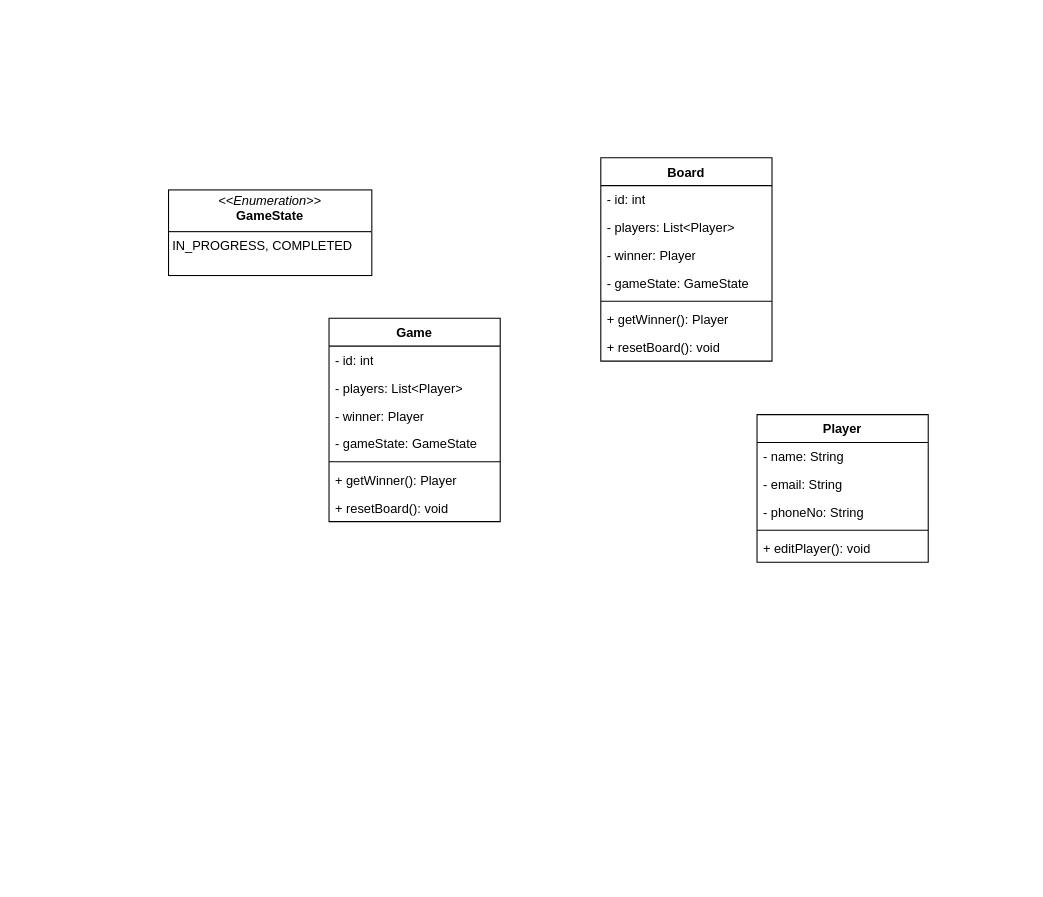
Above: lld/class_diagrams/tic_tac.drawio in nityabhaskar21/java_projects (draw.io), before the change. Source tidied: cells renumbered, new cells numbered last; positions are measured from the earlier drawing's top-left corner, leaving out a move shared by most shapes. Both pictures are drawn from the tidied source at 107%, with x=0, y=0 at pixel (168, 157).
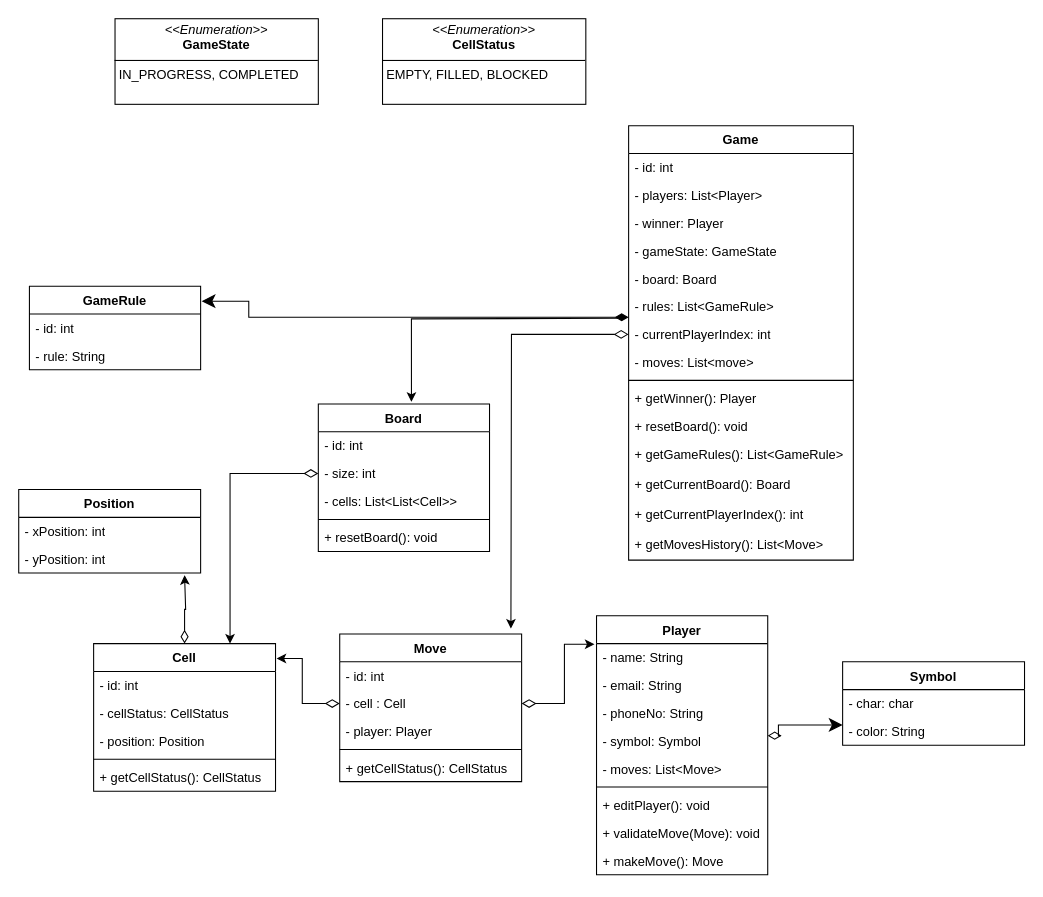
The same page after the edit.

The edit, as a diff of the source:
```diff
@@
+    <mxCell id="25" style="edgeStyle=orthogonalEdgeStyle;rounded=0;jettySize=auto;html=1;startArrow=diamondThin;startFill=0;targetPerimeterSpacing=0;sourcePerimeterSpacing=0;endSize=10;startSize=10;" parent="1" edge="1" source="2" target="62">
+      <mxGeometry relative="1" as="geometry">
+        <Array as="points">
+          <mxPoint x="570" y="540" />
+          <mxPoint x="570" y="530" />
+        </Array>
+      </mxGeometry>
+    </mxCell>
     <mxCell id="2" value="Player" style="swimlane;fontStyle=1;align=center;verticalAlign=top;horizontal=1;startSize=26;whiteSpace=wrap;html=1;" parent="1" vertex="1">
-      <mxGeometry x="550" y="240" width="160" height="138" as="geometry" />
+      <mxGeometry x="400" y="428" width="160" height="242" as="geometry" />
     </mxCell>
@@
+    <mxCell id="26" value="- symbol: Symbol" style="text;strokeColor=none;fillColor=none;align=left;verticalAlign=top;spacingLeft=4;spacingRight=4;overflow=hidden;whiteSpace=wrap;html=1;" parent="2" vertex="1">
+      <mxGeometry y="104" width="160" height="26" as="geometry" />
+    </mxCell>
+    <mxCell id="27" value="- moves: List&amp;lt;Move&amp;gt;" style="text;strokeColor=none;fillColor=none;align=left;verticalAlign=top;spacingLeft=4;spacingRight=4;overflow=hidden;whiteSpace=wrap;html=1;" parent="2" vertex="1">
+      <mxGeometry y="130" width="160" height="26" as="geometry" />
+    </mxCell>
     <mxCell id="6" style="line;strokeWidth=1;fillColor=none;align=left;verticalAlign=middle;spacingTop=-1;spacingLeft=3;spacingRight=3;labelPosition=right;strokeColor=inherit;" parent="2" vertex="1">
-      <mxGeometry y="104" width="160" height="8" as="geometry" />
+      <mxGeometry y="156" width="160" height="8" as="geometry" />
     </mxCell>
     <mxCell id="7" value="+ editPlayer(): void" style="text;strokeColor=none;fillColor=none;align=left;verticalAlign=top;spacingLeft=4;spacingRight=4;overflow=hidden;whiteSpace=wrap;html=1;" parent="2" vertex="1">
-      <mxGeometry y="112" width="160" height="26" as="geometry" />
+      <mxGeometry y="164" width="160" height="26" as="geometry" />
     </mxCell>
+    <mxCell id="28" value="+ validateMove(Move): void" style="text;strokeColor=none;fillColor=none;align=left;verticalAlign=top;spacingLeft=4;spacingRight=4;overflow=hidden;whiteSpace=wrap;html=1;" parent="2" vertex="1">
+      <mxGeometry y="190" width="160" height="26" as="geometry" />
+    </mxCell>
+    <mxCell id="29" value="+ makeMove(): Move" style="text;strokeColor=none;fillColor=none;align=left;verticalAlign=top;spacingLeft=4;spacingRight=4;overflow=hidden;whiteSpace=wrap;html=1;" parent="2" vertex="1">
+      <mxGeometry y="216" width="160" height="26" as="geometry" />
+    </mxCell>
     <mxCell id="8" value="Game" style="swimlane;fontStyle=1;align=center;verticalAlign=top;horizontal=1;startSize=26;whiteSpace=wrap;html=1;" parent="1" vertex="1">
-      <mxGeometry x="150" y="150" width="160" height="190" as="geometry" />
+      <mxGeometry x="430" y="-30" width="210" height="406" as="geometry" />
     </mxCell>
     <mxCell id="9" value="- id: int" style="text;strokeColor=none;fillColor=none;align=left;verticalAlign=top;spacingLeft=4;spacingRight=4;overflow=hidden;whiteSpace=wrap;html=1;" parent="8" vertex="1">
-      <mxGeometry y="26" width="160" height="26" as="geometry" />
+      <mxGeometry y="26" width="210" height="26" as="geometry" />
     </mxCell>
     <mxCell id="10" value="- players: List&amp;lt;Player&amp;gt;" style="text;strokeColor=none;fillColor=none;align=left;verticalAlign=top;spacingLeft=4;spacingRight=4;overflow=hidden;whiteSpace=wrap;html=1;" parent="8" vertex="1">
-      <mxGeometry y="52" width="160" height="26" as="geometry" />
+      <mxGeometry y="52" width="210" height="26" as="geometry" />
     </mxCell>
     <mxCell id="11" value="- winner: Player" style="text;strokeColor=none;fillColor=none;align=left;verticalAlign=top;spacingLeft=4;spacingRight=4;overflow=hidden;whiteSpace=wrap;html=1;" parent="8" vertex="1">
-      <mxGeometry y="78" width="160" height="26" as="geometry" />
+      <mxGeometry y="78" width="210" height="26" as="geometry" />
     </mxCell>
     <mxCell id="12" value="- gameState: GameState" style="text;strokeColor=none;fillColor=none;align=left;verticalAlign=top;spacingLeft=4;spacingRight=4;overflow=hidden;whiteSpace=wrap;html=1;" parent="8" vertex="1">
-      <mxGeometry y="104" width="160" height="26" as="geometry" />
+      <mxGeometry y="104" width="210" height="26" as="geometry" />
     </mxCell>
+    <mxCell id="30" value="- board: Board" style="text;strokeColor=none;fillColor=none;align=left;verticalAlign=top;spacingLeft=4;spacingRight=4;overflow=hidden;whiteSpace=wrap;html=1;" parent="8" vertex="1">
+      <mxGeometry y="130" width="210" height="26" as="geometry" />
+    </mxCell>
+    <mxCell id="31" value="- rules: List&amp;lt;GameRule&amp;gt;" style="text;strokeColor=none;fillColor=none;align=left;verticalAlign=top;spacingLeft=4;spacingRight=4;overflow=hidden;points=[[0,0.5],[1,0.5]];portConstraint=eastwest;whiteSpace=wrap;html=1;" parent="8" vertex="1">
+      <mxGeometry y="156" width="210" height="26" as="geometry" />
+    </mxCell>
+    <mxCell id="32" value="- currentPlayerIndex: int" style="text;strokeColor=none;fillColor=none;align=left;verticalAlign=top;spacingLeft=4;spacingRight=4;overflow=hidden;points=[[0,0.5],[1,0.5]];portConstraint=eastwest;whiteSpace=wrap;html=1;" parent="8" vertex="1">
+      <mxGeometry y="182" width="210" height="26" as="geometry" />
+    </mxCell>
+    <mxCell id="33" value="- moves: List&amp;lt;move&amp;gt;" style="text;strokeColor=none;fillColor=none;align=left;verticalAlign=top;spacingLeft=4;spacingRight=4;overflow=hidden;whiteSpace=wrap;html=1;" parent="8" vertex="1">
+      <mxGeometry y="208" width="210" height="26" as="geometry" />
+    </mxCell>
     <mxCell id="13" style="line;strokeWidth=1;fillColor=none;align=left;verticalAlign=middle;spacingTop=-1;spacingLeft=3;spacingRight=3;labelPosition=right;strokeColor=inherit;" parent="8" vertex="1">
-      <mxGeometry y="130" width="160" height="8" as="geometry" />
+      <mxGeometry y="234" width="210" height="8" as="geometry" />
     </mxCell>
     <mxCell id="14" value="+ getWinner(): Player" style="text;strokeColor=none;fillColor=none;align=left;verticalAlign=top;spacingLeft=4;spacingRight=4;overflow=hidden;whiteSpace=wrap;html=1;" parent="8" vertex="1">
-      <mxGeometry y="138" width="160" height="26" as="geometry" />
+      <mxGeometry y="242" width="210" height="26" as="geometry" />
     </mxCell>
     <mxCell id="15" value="+ resetBoard(): void" style="text;strokeColor=none;fillColor=none;align=left;verticalAlign=top;spacingLeft=4;spacingRight=4;overflow=hidden;whiteSpace=wrap;html=1;" parent="8" vertex="1">
-      <mxGeometry y="164" width="160" height="26" as="geometry" />
+      <mxGeometry y="268" width="210" height="26" as="geometry" />
     </mxCell>
+    <mxCell id="34" value="+ getGameRules(): List&amp;lt;GameRule&amp;gt;" style="text;strokeColor=none;fillColor=none;align=left;verticalAlign=top;spacingLeft=4;spacingRight=4;overflow=hidden;whiteSpace=wrap;html=1;" parent="8" vertex="1">
+      <mxGeometry y="294" width="210" height="28" as="geometry" />
+    </mxCell>
+    <mxCell id="35" value="+ getCurrentBoard(): Board" style="text;strokeColor=none;fillColor=none;align=left;verticalAlign=top;spacingLeft=4;spacingRight=4;overflow=hidden;whiteSpace=wrap;html=1;" parent="8" vertex="1">
+      <mxGeometry y="322" width="210" height="28" as="geometry" />
+    </mxCell>
+    <mxCell id="36" value="+ getCurrentPlayerIndex(): int" style="text;strokeColor=none;fillColor=none;align=left;verticalAlign=top;spacingLeft=4;spacingRight=4;overflow=hidden;whiteSpace=wrap;html=1;" parent="8" vertex="1">
+      <mxGeometry y="350" width="210" height="28" as="geometry" />
+    </mxCell>
+    <mxCell id="37" value="+ getMovesHistory(): List&amp;lt;Move&amp;gt;" style="text;strokeColor=none;fillColor=none;align=left;verticalAlign=top;spacingLeft=4;spacingRight=4;overflow=hidden;whiteSpace=wrap;html=1;" parent="8" vertex="1">
+      <mxGeometry y="378" width="210" height="28" as="geometry" />
+    </mxCell>
     <mxCell id="16" value="&lt;p style=&quot;margin:0px;margin-top:4px;text-align:center;&quot;&gt;&lt;i&gt;&amp;lt;&amp;lt;Enumeration&amp;gt;&amp;gt;&lt;/i&gt;&lt;br&gt;&lt;b&gt;GameState&lt;/b&gt;&lt;/p&gt;&lt;hr size=&quot;1&quot; style=&quot;border-style:solid;&quot;&gt;&lt;p style=&quot;margin:0px;margin-left:4px;&quot;&gt;IN_PROGRESS, COMPLETED&amp;nbsp;&lt;/p&gt;&lt;p style=&quot;margin:0px;margin-left:4px;&quot;&gt;&lt;br&gt;&lt;/p&gt;" style="verticalAlign=top;align=left;overflow=fill;html=1;whiteSpace=wrap;" parent="1" vertex="1">
-      <mxGeometry y="30" width="190" height="80" as="geometry" />
+      <mxGeometry x="-50" y="-130" width="190" height="80" as="geometry" />
     </mxCell>
     <mxCell id="17" value="Board" style="swimlane;fontStyle=1;align=center;verticalAlign=top;horizontal=1;startSize=26;whiteSpace=wrap;html=1;" parent="1" vertex="1">
-      <mxGeometry x="404" width="160" height="190" as="geometry" />
+      <mxGeometry x="140" y="230" width="160" height="138" as="geometry" />
     </mxCell>
@@
-    <mxCell id="19" value="- players: List&amp;lt;Player&amp;gt;" style="text;strokeColor=none;fillColor=none;align=left;verticalAlign=top;spacingLeft=4;spacingRight=4;overflow=hidden;whiteSpace=wrap;html=1;" parent="17" vertex="1">
-      <mxGeometry y="52" width="160" height="26" as="geometry" />
-    </mxCell>
-    <mxCell id="20" value="- winner: Player" style="text;strokeColor=none;fillColor=none;align=left;verticalAlign=top;spacingLeft=4;spacingRight=4;overflow=hidden;whiteSpace=wrap;html=1;" parent="17" vertex="1">
-      <mxGeometry y="78" width="160" height="26" as="geometry" />
-    </mxCell>
-    <mxCell id="21" value="- gameState: GameState" style="text;strokeColor=none;fillColor=none;align=left;verticalAlign=top;spacingLeft=4;spacingRight=4;overflow=hidden;whiteSpace=wrap;html=1;" parent="17" vertex="1">
-      <mxGeometry y="104" width="160" height="26" as="geometry" />
-    </mxCell>
+    <mxCell id="38" value="- size: int" style="text;strokeColor=none;fillColor=none;align=left;verticalAlign=top;spacingLeft=4;spacingRight=4;overflow=hidden;points=[[0,0.5],[1,0.5]];portConstraint=eastwest;whiteSpace=wrap;html=1;" parent="17" vertex="1">
+      <mxGeometry y="52" width="160" height="26" as="geometry" />
+    </mxCell>
+    <mxCell id="39" value="- cells: List&amp;lt;List&amp;lt;Cell&amp;gt;&amp;gt;" style="text;strokeColor=none;fillColor=none;align=left;verticalAlign=top;spacingLeft=4;spacingRight=4;overflow=hidden;whiteSpace=wrap;html=1;" parent="17" vertex="1">
+      <mxGeometry y="78" width="160" height="26" as="geometry" />
+    </mxCell>
     <mxCell id="22" style="line;strokeWidth=1;fillColor=none;align=left;verticalAlign=middle;spacingTop=-1;spacingLeft=3;spacingRight=3;labelPosition=right;strokeColor=inherit;" parent="17" vertex="1">
-      <mxGeometry y="130" width="160" height="8" as="geometry" />
+      <mxGeometry y="104" width="160" height="8" as="geometry" />
     </mxCell>
-    <mxCell id="23" value="+ getWinner(): Player" style="text;strokeColor=none;fillColor=none;align=left;verticalAlign=top;spacingLeft=4;spacingRight=4;overflow=hidden;whiteSpace=wrap;html=1;" parent="17" vertex="1">
-      <mxGeometry y="138" width="160" height="26" as="geometry" />
-    </mxCell>
     <mxCell id="24" value="+ resetBoard(): void" style="text;strokeColor=none;fillColor=none;align=left;verticalAlign=top;spacingLeft=4;spacingRight=4;overflow=hidden;whiteSpace=wrap;html=1;" parent="17" vertex="1">
-      <mxGeometry y="164" width="160" height="26" as="geometry" />
+      <mxGeometry y="112" width="160" height="26" as="geometry" />
     </mxCell>
+    <mxCell id="40" style="edgeStyle=orthogonalEdgeStyle;rounded=0;jettySize=auto;html=1;startArrow=diamondThin;startFill=0;startSize=10;" parent="1" edge="1" source="41">
+      <mxGeometry relative="1" as="geometry">
+        <mxPoint x="15" y="390" as="targetPoint" />
+        <Array as="points">
+          <mxPoint x="15" y="422" />
+          <mxPoint x="16" y="422" />
+        </Array>
+      </mxGeometry>
+    </mxCell>
+    <mxCell id="41" value="Cell" style="swimlane;fontStyle=1;align=center;verticalAlign=top;horizontal=1;startSize=26;whiteSpace=wrap;html=1;" parent="1" vertex="1">
+      <mxGeometry x="-70" y="454" width="170" height="138" as="geometry" />
+    </mxCell>
+    <mxCell id="42" value="- id: int" style="text;strokeColor=none;fillColor=none;align=left;verticalAlign=top;spacingLeft=4;spacingRight=4;overflow=hidden;whiteSpace=wrap;html=1;" parent="41" vertex="1">
+      <mxGeometry y="26" width="170" height="26" as="geometry" />
+    </mxCell>
+    <mxCell id="43" value="- cellStatus: CellStatus" style="text;strokeColor=none;fillColor=none;align=left;verticalAlign=top;spacingLeft=4;spacingRight=4;overflow=hidden;whiteSpace=wrap;html=1;" parent="41" vertex="1">
+      <mxGeometry y="52" width="170" height="26" as="geometry" />
+    </mxCell>
+    <mxCell id="44" value="- position: Position" style="text;strokeColor=none;fillColor=none;align=left;verticalAlign=top;spacingLeft=4;spacingRight=4;overflow=hidden;whiteSpace=wrap;html=1;" parent="41" vertex="1">
+      <mxGeometry y="78" width="170" height="26" as="geometry" />
+    </mxCell>
+    <mxCell id="45" style="line;strokeWidth=1;fillColor=none;align=left;verticalAlign=middle;spacingTop=-1;spacingLeft=3;spacingRight=3;labelPosition=right;strokeColor=inherit;" parent="41" vertex="1">
+      <mxGeometry y="104" width="170" height="8" as="geometry" />
+    </mxCell>
+    <mxCell id="46" value="+ getCellStatus(): CellStatus" style="text;strokeColor=none;fillColor=none;align=left;verticalAlign=top;spacingLeft=4;spacingRight=4;overflow=hidden;whiteSpace=wrap;html=1;" parent="41" vertex="1">
+      <mxGeometry y="112" width="170" height="26" as="geometry" />
+    </mxCell>
+    <mxCell id="47" value="Position" style="swimlane;fontStyle=1;align=center;verticalAlign=top;horizontal=1;startSize=26;whiteSpace=wrap;html=1;" parent="1" vertex="1">
+      <mxGeometry x="-140" y="310" width="170" height="78" as="geometry" />
+    </mxCell>
+    <mxCell id="48" value="- xPosition: int" style="text;strokeColor=none;fillColor=none;align=left;verticalAlign=top;spacingLeft=4;spacingRight=4;overflow=hidden;whiteSpace=wrap;html=1;" parent="47" vertex="1">
+      <mxGeometry y="26" width="170" height="26" as="geometry" />
+    </mxCell>
+    <mxCell id="49" value="- yPosition: int" style="text;strokeColor=none;fillColor=none;align=left;verticalAlign=top;spacingLeft=4;spacingRight=4;overflow=hidden;whiteSpace=wrap;html=1;" parent="47" vertex="1">
+      <mxGeometry y="52" width="170" height="26" as="geometry" />
+    </mxCell>
+    <mxCell id="50" value="&lt;p style=&quot;margin:0px;margin-top:4px;text-align:center;&quot;&gt;&lt;i&gt;&amp;lt;&amp;lt;Enumeration&amp;gt;&amp;gt;&lt;/i&gt;&lt;br&gt;&lt;b&gt;CellStatus&lt;/b&gt;&lt;/p&gt;&lt;hr size=&quot;1&quot; style=&quot;border-style:solid;&quot;&gt;&lt;p style=&quot;margin:0px;margin-left:4px;&quot;&gt;EMPTY, FILLED, BLOCKED&amp;nbsp;&lt;/p&gt;&lt;p style=&quot;margin:0px;margin-left:4px;&quot;&gt;&lt;br&gt;&lt;/p&gt;" style="verticalAlign=top;align=left;overflow=fill;html=1;whiteSpace=wrap;" parent="1" vertex="1">
+      <mxGeometry x="200" y="-130" width="190" height="80" as="geometry" />
+    </mxCell>
+    <mxCell id="51" value="GameRule" style="swimlane;fontStyle=1;align=center;verticalAlign=top;horizontal=1;startSize=26;whiteSpace=wrap;html=1;" parent="1" vertex="1">
+      <mxGeometry x="-130" y="120" width="160" height="78" as="geometry" />
+    </mxCell>
+    <mxCell id="52" value="- id: int" style="text;strokeColor=none;fillColor=none;align=left;verticalAlign=top;spacingLeft=4;spacingRight=4;overflow=hidden;whiteSpace=wrap;html=1;" parent="51" vertex="1">
+      <mxGeometry y="26" width="160" height="26" as="geometry" />
+    </mxCell>
+    <mxCell id="53" value="- rule: String" style="text;strokeColor=none;fillColor=none;align=left;verticalAlign=top;spacingLeft=4;spacingRight=4;overflow=hidden;whiteSpace=wrap;html=1;" parent="51" vertex="1">
+      <mxGeometry y="52" width="160" height="26" as="geometry" />
+    </mxCell>
+    <mxCell id="54" value="Move" style="swimlane;fontStyle=1;align=center;verticalAlign=top;horizontal=1;startSize=26;whiteSpace=wrap;html=1;" parent="1" vertex="1">
+      <mxGeometry x="160" y="445" width="170" height="138" as="geometry" />
+    </mxCell>
+    <mxCell id="55" value="- id: int" style="text;strokeColor=none;fillColor=none;align=left;verticalAlign=top;spacingLeft=4;spacingRight=4;overflow=hidden;whiteSpace=wrap;html=1;" parent="54" vertex="1">
+      <mxGeometry y="26" width="170" height="26" as="geometry" />
+    </mxCell>
+    <mxCell id="56" value="- cell : Cell" style="text;strokeColor=none;fillColor=none;align=left;verticalAlign=top;spacingLeft=4;spacingRight=4;overflow=hidden;points=[[0,0.5],[1,0.5]];portConstraint=eastwest;whiteSpace=wrap;html=1;" parent="54" vertex="1">
+      <mxGeometry y="52" width="170" height="26" as="geometry" />
+    </mxCell>
+    <mxCell id="57" value="- player: Player" style="text;strokeColor=none;fillColor=none;align=left;verticalAlign=top;spacingLeft=4;spacingRight=4;overflow=hidden;whiteSpace=wrap;html=1;" parent="54" vertex="1">
+      <mxGeometry y="78" width="170" height="26" as="geometry" />
+    </mxCell>
+    <mxCell id="58" style="line;strokeWidth=1;fillColor=none;align=left;verticalAlign=middle;spacingTop=-1;spacingLeft=3;spacingRight=3;labelPosition=right;strokeColor=inherit;" parent="54" vertex="1">
+      <mxGeometry y="104" width="170" height="8" as="geometry" />
+    </mxCell>
+    <mxCell id="59" value="+ getCellStatus(): CellStatus" style="text;strokeColor=none;fillColor=none;align=left;verticalAlign=top;spacingLeft=4;spacingRight=4;overflow=hidden;whiteSpace=wrap;html=1;" parent="54" vertex="1">
+      <mxGeometry y="112" width="170" height="26" as="geometry" />
+    </mxCell>
+    <mxCell id="60" value="Symbol" style="swimlane;fontStyle=1;align=center;verticalAlign=top;horizontal=1;startSize=26;whiteSpace=wrap;html=1;" parent="1" vertex="1">
+      <mxGeometry x="630" y="471" width="170" height="78" as="geometry" />
+    </mxCell>
+    <mxCell id="61" value="- char: char" style="text;strokeColor=none;fillColor=none;align=left;verticalAlign=top;spacingLeft=4;spacingRight=4;overflow=hidden;whiteSpace=wrap;html=1;" parent="60" vertex="1">
+      <mxGeometry y="26" width="170" height="26" as="geometry" />
+    </mxCell>
+    <mxCell id="62" value="- color: String" style="text;strokeColor=none;fillColor=none;align=left;verticalAlign=top;spacingLeft=4;spacingRight=4;overflow=hidden;points=[[0,0.5],[1,0.5]];portConstraint=eastwest;whiteSpace=wrap;html=1;" parent="60" vertex="1">
+      <mxGeometry y="52" width="170" height="26" as="geometry" />
+    </mxCell>
+    <mxCell id="63" style="edgeStyle=orthogonalEdgeStyle;rounded=0;jettySize=auto;html=1;entryX=1.006;entryY=0.179;entryDx=0;entryDy=0;entryPerimeter=0;startArrow=diamondThin;startFill=1;endSize=10;startSize=10;" parent="1" edge="1" source="31" target="51">
+      <mxGeometry relative="1" as="geometry">
+        <Array as="points">
+          <mxPoint x="75" y="149" />
+          <mxPoint x="75" y="134" />
+        </Array>
+      </mxGeometry>
+    </mxCell>
+    <mxCell id="64" style="edgeStyle=orthogonalEdgeStyle;rounded=0;jettySize=auto;html=1;entryX=0.544;entryY=-0.014;entryDx=0;entryDy=0;entryPerimeter=0;" parent="1" edge="1" target="17">
+      <mxGeometry relative="1" as="geometry">
+        <mxPoint x="420" y="150" as="sourcePoint" />
+      </mxGeometry>
+    </mxCell>
+    <mxCell id="65" style="edgeStyle=orthogonalEdgeStyle;rounded=0;jettySize=auto;html=1;entryX=0.75;entryY=0;entryDx=0;entryDy=0;startArrow=diamondThin;startFill=0;startSize=11;" parent="1" edge="1" source="38" target="41">
+      <mxGeometry relative="1" as="geometry" />
+    </mxCell>
+    <mxCell id="66" style="edgeStyle=orthogonalEdgeStyle;rounded=0;jettySize=auto;html=1;startArrow=diamondThin;startFill=0;startSize=11;" parent="1" edge="1" source="32">
+      <mxGeometry relative="1" as="geometry">
+        <mxPoint x="320" y="440" as="targetPoint" />
+      </mxGeometry>
+    </mxCell>
+    <mxCell id="67" style="edgeStyle=orthogonalEdgeStyle;rounded=0;jettySize=auto;html=1;entryX=-0.012;entryY=0.11;entryDx=0;entryDy=0;entryPerimeter=0;startArrow=diamondThin;startFill=0;startSize=11;" parent="1" edge="1" source="56" target="2">
+      <mxGeometry relative="1" as="geometry" />
+    </mxCell>
+    <mxCell id="68" style="edgeStyle=orthogonalEdgeStyle;rounded=0;jettySize=auto;html=1;entryX=1.006;entryY=0.101;entryDx=0;entryDy=0;entryPerimeter=0;startArrow=diamondThin;startFill=0;startSize=11;" parent="1" edge="1" source="56" target="41">
+      <mxGeometry relative="1" as="geometry" />
+    </mxCell>
```
